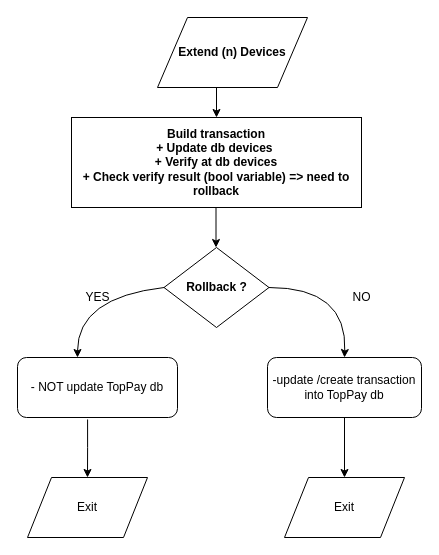
lieubv/toppay keeps this draw.io diagram as TopPay.drawio. Above is the earlier version. Source tidied: cells renumbered, new cells numbered last; positions are measured from the earlier drawing's top-left corner, leaving out a move shared by most shapes. Both pictures are drawn from the tidied source at 100%, with x=0, y=0 at pixel (17, 17).
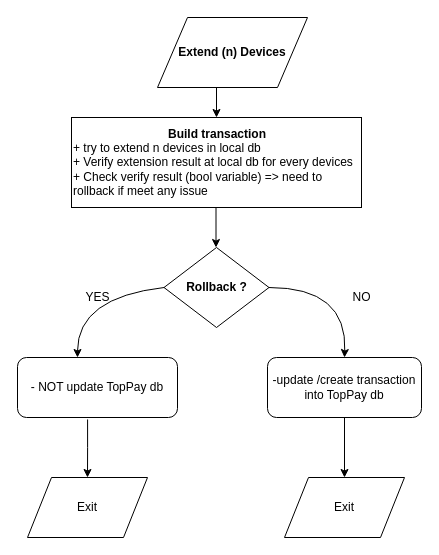
After the change.

The edit, as a diff of the source:
```diff
@@
-    <mxCell id="3" value="Build transaction&lt;br&gt;+ Update db devices&amp;nbsp;&lt;br&gt;+ Verify at db devices&lt;br&gt;+ Check verify result (bool variable) =&amp;gt; need to rollback" style="rounded=0;whiteSpace=wrap;html=1;fontStyle=1;" parent="1" vertex="1">
+    <mxCell id="3" value="&lt;div style=&quot;text-align: center&quot;&gt;&lt;span&gt;Build transaction&lt;/span&gt;&lt;/div&gt;&lt;span style=&quot;font-weight: normal&quot;&gt;+ try to extend n devices in local db&amp;nbsp;&lt;br&gt;+ Verify extension result at local db for every devices&lt;br&gt;+ Check verify result (bool variable) =&amp;gt; need to rollback if meet any issue&lt;/span&gt;" style="rounded=0;whiteSpace=wrap;html=1;fontStyle=1;align=left;" parent="1" vertex="1">
       <mxGeometry x="54" y="100" width="290" height="90" as="geometry" />
     </mxCell>
```
